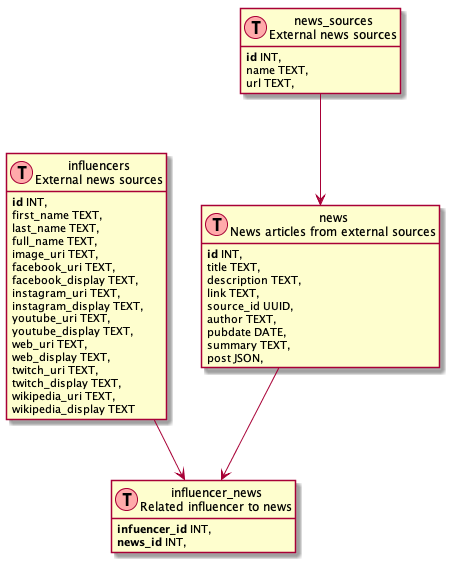
Before: docs/data-model.png, a diagram exported from PlantUML (FoxShaunR/WhatInfluence).
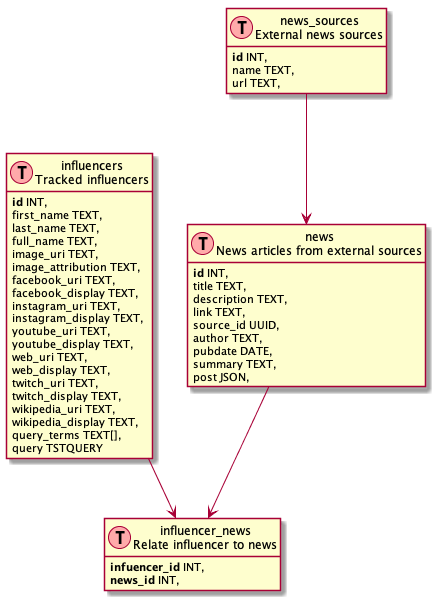
After the commit.

Commit message:
Add query_terms, image_attribution, and query fields and calc triggers to influencers

The edit, as a diff of the source:
```diff
@@ -20,12 +20,13 @@
   url TEXT,
 }
 
-class influencers as "influencers\nExternal news sources" << (T,#FFAAAA) >> {
+class influencers as "influencers\nTracked influencers" << (T,#FFAAAA) >> {
   <b>id</b> INT,
   first_name TEXT,
   last_name TEXT,
   full_name TEXT,
   image_uri TEXT,
+  image_attribution TEXT,
   facebook_uri TEXT,
   facebook_display TEXT,
   instagram_uri TEXT,
@@ -37,10 +38,12 @@
   twitch_uri TEXT,
   twitch_display TEXT,
   wikipedia_uri TEXT,
-  wikipedia_display TEXT
+  wikipedia_display TEXT,
+  query_terms TEXT[],
+  query TSTQUERY
 }
 
-class influencer_news as "influencer_news\nRelated influencer to news" << (T,#FFAAAA) >> {
+class influencer_news as "influencer_news\nRelate influencer to news" << (T,#FFAAAA) >> {
   <b>infuencer_id</b> INT,
   <b>news_id</b> INT,
 }
```
